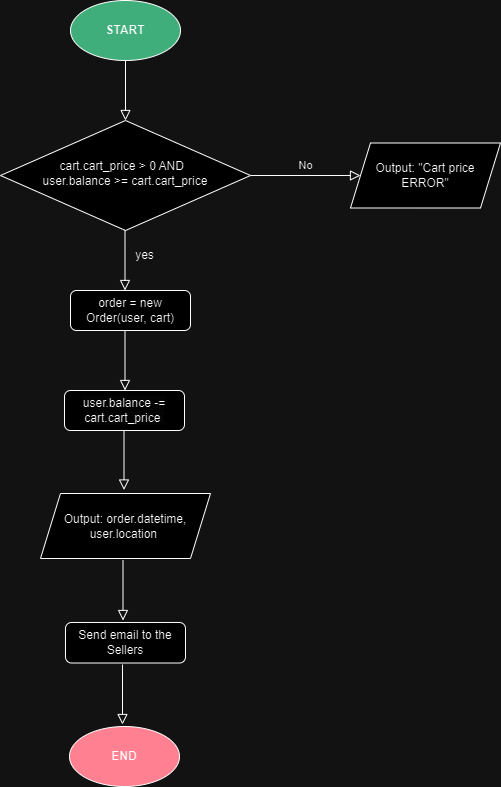
The draw.io diagram src/main/resources/static/images/README/schemas/flowchart/marketnexus_order_flow_chart.png in MattDEV02/MarketNexus, before a commit. Source tidied: cells renumbered, new cells last; positions are measured from the earlier drawing's top-left corner, leaving out a move shared by most shapes.
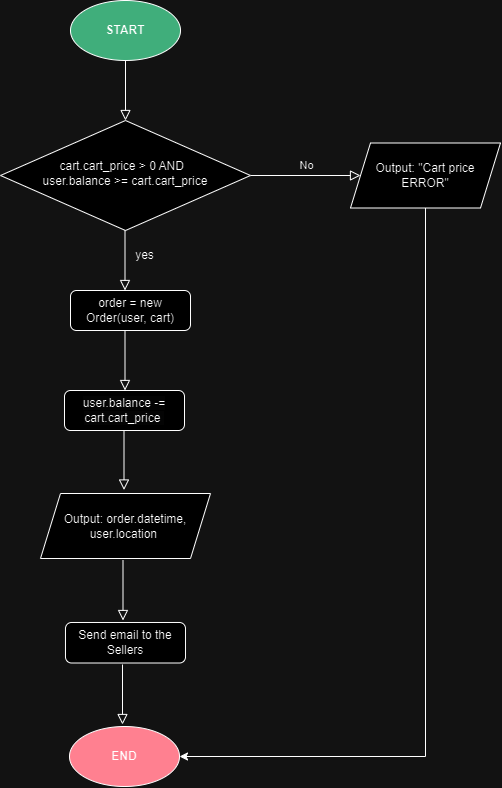
Above is the later version.

Commit message:
updated flow diagram

Diff of the diagram source:
```diff
@@ -59,6 +59,9 @@
         <mxPoint x="122" y="724" as="targetPoint" />
       </mxGeometry>
     </mxCell>
+    <mxCell id="18" style="edgeStyle=orthogonalEdgeStyle;rounded=0;jettySize=auto;html=1;exitX=0.5;exitY=1;exitDx=0;exitDy=0;entryX=1;entryY=0.5;entryDx=0;entryDy=0;" parent="1" edge="1" source="16" target="14">
+      <mxGeometry relative="1" as="geometry" />
+    </mxCell>
     <mxCell id="16" value="Output: &quot;Cart price ERROR&quot;" style="shape=parallelogram;perimeter=parallelogramPerimeter;whiteSpace=wrap;html=1;fixedSize=1;" parent="1" vertex="1">
       <mxGeometry x="350" y="142.5" width="150" height="65" as="geometry" />
     </mxCell>
```
